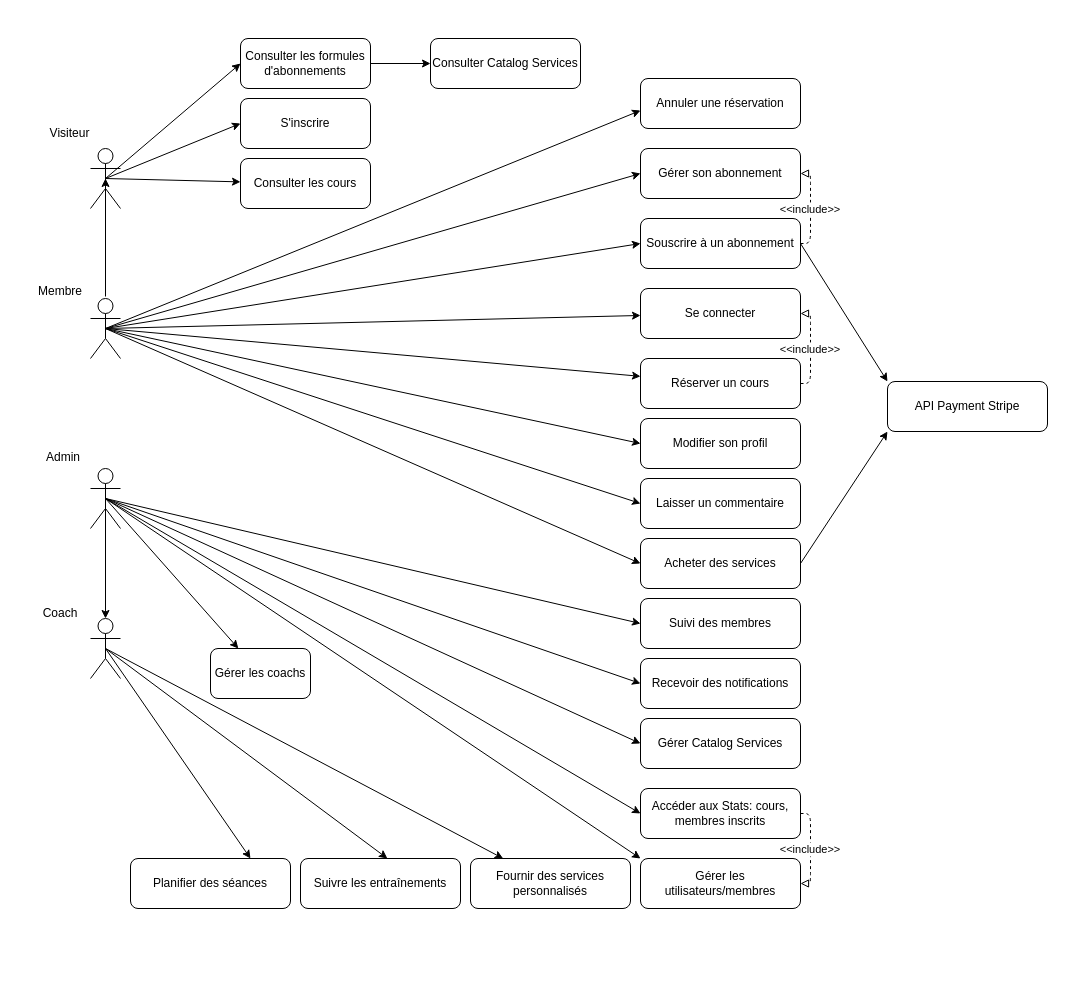
Earlier version of the draw.io diagram Copie de BEFIT_2024_Diagr_Cas_Utilisation_versionAvecInclude .drawio (DipsLoco/TFE_2024). Source tidied: cells renumbered, new cells numbered last; positions are measured from the earlier drawing's top-left corner, leaving out a move shared by most shapes. Both pictures are drawn from the tidied source at 100%, with x=0, y=0 at pixel (30, 38).
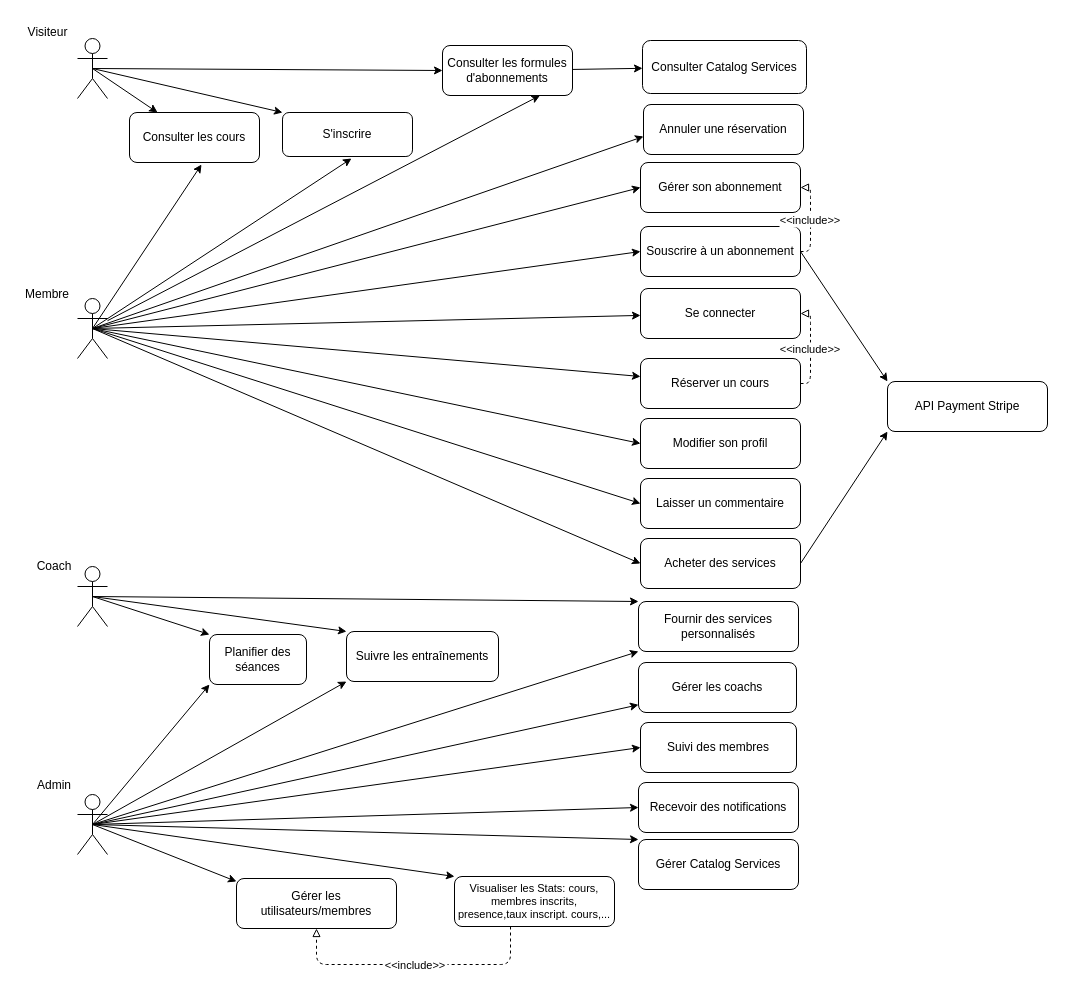
The same page after the edit.

Commit message:
Mettre à jour Copie de BEFIT_2024_Diagr_Cas_Utilisation_versionAvecInclude22082024retravaillé .drawio

The edit, as a diff of the source:
```diff
@@
     <mxCell id="2" value="Consulter les formules d'abonnements" style="rounded=1;whiteSpace=wrap;" parent="1" vertex="1">
-      <mxGeometry x="210" width="130" height="50" as="geometry" />
+      <mxGeometry x="412" y="7" width="130" height="50" as="geometry" />
     </mxCell>
     <mxCell id="3" value="S'inscrire" style="rounded=1;whiteSpace=wrap;" parent="1" vertex="1">
-      <mxGeometry x="210" y="60" width="130" height="50" as="geometry" />
+      <mxGeometry x="252" y="74" width="130" height="44" as="geometry" />
     </mxCell>
     <mxCell id="4" value="Consulter les cours" style="rounded=1;whiteSpace=wrap;" parent="1" vertex="1">
-      <mxGeometry x="210" y="120" width="130" height="50" as="geometry" />
+      <mxGeometry x="99" y="74" width="130" height="50" as="geometry" />
     </mxCell>
     <mxCell id="5" value="Consulter Catalog Services" style="rounded=1;whiteSpace=wrap;" parent="1" vertex="1">
-      <mxGeometry x="400" width="150" height="50" as="geometry" />
+      <mxGeometry x="612" y="2" width="164" height="53" as="geometry" />
     </mxCell>
     <mxCell id="6" value="Souscrire à un abonnement" style="rounded=1;whiteSpace=wrap;" parent="1" vertex="1">
-      <mxGeometry x="610" y="180" width="160" height="50" as="geometry" />
+      <mxGeometry x="610" y="188" width="160" height="50" as="geometry" />
     </mxCell>
@@
     <mxCell id="8" value="Annuler une réservation" style="rounded=1;whiteSpace=wrap;" parent="1" vertex="1">
-      <mxGeometry x="610" y="40" width="160" height="50" as="geometry" />
+      <mxGeometry x="613" y="66" width="160" height="50" as="geometry" />
     </mxCell>
     <mxCell id="9" value="Gérer son abonnement" style="rounded=1;whiteSpace=wrap;" parent="1" vertex="1">
-      <mxGeometry x="610" y="110" width="160" height="50" as="geometry" />
+      <mxGeometry x="610" y="124" width="160" height="50" as="geometry" />
     </mxCell>
@@
     <mxCell id="14" value="Gérer Catalog Services" style="rounded=1;whiteSpace=wrap;" parent="1" vertex="1">
-      <mxGeometry x="610" y="680" width="160" height="50" as="geometry" />
+      <mxGeometry x="608" y="801" width="160" height="50" as="geometry" />
     </mxCell>
-    <mxCell id="15" value="Accéder aux Stats: cours, membres inscrits" style="rounded=1;whiteSpace=wrap;" parent="1" vertex="1">
-      <mxGeometry x="610" y="750" width="160" height="50" as="geometry" />
+    <mxCell id="15" value="&#10;Visualiser les Stats: cours, membres inscrits, presence,taux inscript. cours,...&#10;" style="rounded=1;whiteSpace=wrap;fontSize=11;" parent="1" vertex="1">
+      <mxGeometry x="424" y="838" width="160" height="50" as="geometry" />
     </mxCell>
     <mxCell id="16" value="Recevoir des notifications" style="rounded=1;whiteSpace=wrap;" parent="1" vertex="1">
-      <mxGeometry x="610" y="620" width="160" height="50" as="geometry" />
+      <mxGeometry x="608" y="744" width="160" height="50" as="geometry" />
     </mxCell>
     <mxCell id="17" value="Gérer les utilisateurs/membres" style="rounded=1;whiteSpace=wrap;" parent="1" vertex="1">
-      <mxGeometry x="610" y="820" width="160" height="50" as="geometry" />
+      <mxGeometry x="206" y="840" width="160" height="50" as="geometry" />
     </mxCell>
     <mxCell id="18" value="Suivi des membres" style="rounded=1;whiteSpace=wrap;" parent="1" vertex="1">
-      <mxGeometry x="610" y="560" width="160" height="50" as="geometry" />
+      <mxGeometry x="610" y="684" width="156" height="50" as="geometry" />
     </mxCell>
     <mxCell id="19" value="Gérer les coachs" style="rounded=1;whiteSpace=wrap;" parent="1" vertex="1">
-      <mxGeometry x="180" y="610" width="100" height="50" as="geometry" />
+      <mxGeometry x="608" y="624" width="158" height="50" as="geometry" />
     </mxCell>
     <mxCell id="20" value="Planifier des séances" style="rounded=1;whiteSpace=wrap;" parent="1" vertex="1">
-      <mxGeometry x="100" y="820" width="160" height="50" as="geometry" />
+      <mxGeometry x="179" y="596" width="97" height="50" as="geometry" />
     </mxCell>
     <mxCell id="21" value="Suivre les entraînements" style="rounded=1;whiteSpace=wrap;" parent="1" vertex="1">
-      <mxGeometry x="270" y="820" width="160" height="50" as="geometry" />
+      <mxGeometry x="316" y="593" width="152" height="50" as="geometry" />
     </mxCell>
     <mxCell id="22" value="Fournir des services personnalisés" style="rounded=1;whiteSpace=wrap;" parent="1" vertex="1">
-      <mxGeometry x="440" y="820" width="160" height="50" as="geometry" />
+      <mxGeometry x="608" y="563" width="160" height="50" as="geometry" />
     </mxCell>
@@
-    <mxCell id="24" style="rounded=1;entryX=0;entryY=0.5;entryDx=0;entryDy=0;exitX=0.5;exitY=0.5;exitDx=0;exitDy=0;exitPerimeter=0;" parent="1" edge="1" source="47" target="3">
+    <mxCell id="24" style="rounded=1;entryX=0;entryY=0;entryDx=0;entryDy=0;exitX=0.5;exitY=0.5;exitDx=0;exitDy=0;exitPerimeter=0;" parent="1" edge="1" source="47" target="3">
       <mxGeometry relative="1" as="geometry" />
     </mxCell>
@@
-    <mxCell id="35" style="rounded=1;entryX=0;entryY=0.5;entryDx=0;entryDy=0;exitX=0.5;exitY=0.5;exitDx=0;exitDy=0;exitPerimeter=0;" parent="1" edge="1" source="50" target="14">
+    <mxCell id="35" style="rounded=1;exitX=0.5;exitY=0.5;exitDx=0;exitDy=0;exitPerimeter=0;entryX=0;entryY=0;entryDx=0;entryDy=0;" parent="1" edge="1" source="50" target="14">
       <mxGeometry relative="1" as="geometry" />
     </mxCell>
-    <mxCell id="36" style="rounded=1;entryX=0;entryY=0.5;entryDx=0;entryDy=0;exitX=0.5;exitY=0.5;exitDx=0;exitDy=0;exitPerimeter=0;" parent="1" edge="1" source="50" target="15">
+    <mxCell id="36" style="rounded=1;exitX=0.5;exitY=0.5;exitDx=0;exitDy=0;exitPerimeter=0;entryX=0;entryY=0;entryDx=0;entryDy=0;" parent="1" edge="1" source="50" target="15">
       <mxGeometry relative="1" as="geometry" />
     </mxCell>
-    <mxCell id="37" style="rounded=1;entryX=0;entryY=0;entryDx=0;entryDy=0;exitX=0.5;exitY=0.5;exitDx=0;exitDy=0;exitPerimeter=0;" parent="1" edge="1" source="50" target="17">
+    <mxCell id="37" style="rounded=1;exitX=0.5;exitY=0.5;exitDx=0;exitDy=0;exitPerimeter=0;entryX=0;entryY=0.06;entryDx=0;entryDy=0;entryPerimeter=0;" parent="1" edge="1" source="50" target="17">
       <mxGeometry relative="1" as="geometry" />
     </mxCell>
@@
-    <mxCell id="40" style="rounded=1;entryX=0;entryY=0.5;entryDx=0;entryDy=0;exitX=0.5;exitY=0.5;exitDx=0;exitDy=0;exitPerimeter=0;" parent="1" edge="1" source="50">
-      <mxGeometry relative="1" as="geometry">
-        <mxPoint x="610" y="645" as="targetPoint" />
-      </mxGeometry>
+    <mxCell id="40" style="rounded=1;exitX=0.5;exitY=0.5;exitDx=0;exitDy=0;exitPerimeter=0;entryX=0;entryY=0.5;entryDx=0;entryDy=0;" parent="1" edge="1" source="50" target="16">
+      <mxGeometry relative="1" as="geometry" />
     </mxCell>
-    <mxCell id="41" style="rounded=1;exitX=0.5;exitY=0.5;exitDx=0;exitDy=0;exitPerimeter=0;entryX=0.75;entryY=0;entryDx=0;entryDy=0;" parent="1" edge="1" source="53" target="20">
+    <mxCell id="41" style="rounded=1;exitX=0.5;exitY=0.5;exitDx=0;exitDy=0;exitPerimeter=0;entryX=0;entryY=0;entryDx=0;entryDy=0;" parent="1" edge="1" source="53" target="20">
       <mxGeometry relative="1" as="geometry" />
     </mxCell>
-    <mxCell id="42" style="rounded=1;exitX=0.5;exitY=0.5;exitDx=0;exitDy=0;exitPerimeter=0;entryX=0.543;entryY=-0.001;entryDx=0;entryDy=0;entryPerimeter=0;" parent="1" edge="1" source="53" target="21">
+    <mxCell id="42" style="rounded=1;exitX=0.5;exitY=0.5;exitDx=0;exitDy=0;exitPerimeter=0;entryX=0;entryY=0;entryDx=0;entryDy=0;" parent="1" edge="1" source="53" target="21">
       <mxGeometry relative="1" as="geometry" />
     </mxCell>
-    <mxCell id="43" style="rounded=1;exitX=0.5;exitY=0.5;exitDx=0;exitDy=0;exitPerimeter=0;" parent="1" edge="1" source="53" target="22">
+    <mxCell id="43" style="rounded=1;exitX=0.5;exitY=0.5;exitDx=0;exitDy=0;exitPerimeter=0;entryX=0;entryY=0;entryDx=0;entryDy=0;" parent="1" edge="1" source="53" target="22">
       <mxGeometry relative="1" as="geometry" />
     </mxCell>
@@
-    <mxCell id="46" value="&lt;&lt;include&gt;&gt;" style="edgeStyle=orthogonalEdgeStyle;endArrow=block;endFill=0;dashed=1;exitX=1;exitY=0.5;exitDx=0;exitDy=0;entryX=1;entryY=0.5;entryDx=0;entryDy=0;" parent="1" edge="1" source="15" target="17">
-      <mxGeometry relative="1" as="geometry" />
+    <mxCell id="46" value="&lt;&lt;include&gt;&gt;" style="edgeStyle=orthogonalEdgeStyle;endArrow=block;endFill=0;dashed=1;entryX=0.5;entryY=1;entryDx=0;entryDy=0;" parent="1" edge="1" source="15" target="17">
+      <mxGeometry x="-0.01" relative="1" as="geometry">
+        <Array as="points">
+          <mxPoint x="480" y="926" />
+          <mxPoint x="286" y="926" />
+        </Array>
+      </mxGeometry>
     </mxCell>
     <mxCell id="47" style="shape=umlActor;verticalLabelPosition=bottom;verticalAlign=top;html=1;outlineConnect=0;" parent="1" vertex="1">
-      <mxGeometry x="60" y="110" width="30" height="60" as="geometry" />
+      <mxGeometry x="47" width="30" height="60" as="geometry" />
     </mxCell>
     <mxCell id="48" value="Visiteur" style="text;html=1;align=center;verticalAlign=middle;strokeColor=none;fillColor=none;" parent="1" vertex="1">
-      <mxGeometry x="9" y="80" width="60" height="30" as="geometry" />
+      <mxGeometry x="-13" y="-21" width="60" height="30" as="geometry" />
     </mxCell>
     <mxCell id="49" style="shape=umlActor;verticalLabelPosition=bottom;verticalAlign=top;html=1;outlineConnect=0;" parent="1" vertex="1">
-      <mxGeometry x="60" y="260" width="30" height="60" as="geometry" />
+      <mxGeometry x="47" y="260" width="30" height="60" as="geometry" />
     </mxCell>
     <mxCell id="50" style="shape=umlActor;verticalLabelPosition=bottom;verticalAlign=top;html=1;outlineConnect=0;" parent="1" vertex="1">
-      <mxGeometry x="60" y="430" width="30" height="60" as="geometry" />
+      <mxGeometry x="47" y="756" width="30" height="60" as="geometry" />
     </mxCell>
     <mxCell id="51" value="Admin" style="text;html=1;align=center;verticalAlign=middle;whiteSpace=wrap;rounded=0;" parent="1" vertex="1">
-      <mxGeometry x="3" y="404" width="60" height="30" as="geometry" />
+      <mxGeometry x="-6" y="732" width="60" height="30" as="geometry" />
     </mxCell>
     <mxCell id="52" value="Membre" style="text;html=1;align=center;verticalAlign=middle;whiteSpace=wrap;rounded=0;" parent="1" vertex="1">
-      <mxGeometry y="238" width="60" height="30" as="geometry" />
+      <mxGeometry x="-13" y="241" width="60" height="30" as="geometry" />
     </mxCell>
     <mxCell id="53" style="shape=umlActor;verticalLabelPosition=bottom;verticalAlign=top;html=1;outlineConnect=0;" parent="1" vertex="1">
-      <mxGeometry x="60" y="580" width="30" height="60" as="geometry" />
+      <mxGeometry x="47" y="528" width="30" height="60" as="geometry" />
     </mxCell>
     <mxCell id="54" value="Coach" style="text;html=1;align=center;verticalAlign=middle;whiteSpace=wrap;rounded=0;" parent="1" vertex="1">
-      <mxGeometry y="560" width="60" height="30" as="geometry" />
+      <mxGeometry x="-6" y="513" width="60" height="30" as="geometry" />
     </mxCell>
-    <mxCell id="55" style="endArrow=classic;html=1;rounded=0;entryX=0.5;entryY=0;entryDx=0;entryDy=0;entryPerimeter=0;exitX=0.5;exitY=0.5;exitDx=0;exitDy=0;exitPerimeter=0;" parent="1" edge="1" source="50" target="53">
-      <mxGeometry relative="1" as="geometry" />
-    </mxCell>
-    <mxCell id="56" style="endArrow=classic;html=1;rounded=0;entryX=0.5;entryY=0.5;entryDx=0;entryDy=0;entryPerimeter=0;" parent="1" edge="1" target="47">
-      <mxGeometry relative="1" as="geometry">
-        <mxPoint x="75" y="258" as="sourcePoint" />
-      </mxGeometry>
-    </mxCell>
@@
+    <mxCell id="60" style="endArrow=classic;html=1;rounded=0;exitX=0.5;exitY=0.5;exitDx=0;exitDy=0;exitPerimeter=0;entryX=0;entryY=1;entryDx=0;entryDy=0;" parent="1" edge="1" source="50" target="20">
+      <mxGeometry relative="1" as="geometry" />
+    </mxCell>
+    <mxCell id="61" style="endArrow=classic;html=1;rounded=0;exitX=0.5;exitY=0.5;exitDx=0;exitDy=0;exitPerimeter=0;entryX=0;entryY=1;entryDx=0;entryDy=0;" parent="1" edge="1" source="50" target="21">
+      <mxGeometry relative="1" as="geometry" />
+    </mxCell>
+    <mxCell id="62" style="endArrow=classic;html=1;rounded=0;exitX=0.5;exitY=0.5;exitDx=0;exitDy=0;exitPerimeter=0;entryX=0;entryY=1;entryDx=0;entryDy=0;" parent="1" edge="1" source="50" target="22">
+      <mxGeometry relative="1" as="geometry" />
+    </mxCell>
+    <mxCell id="63" style="endArrow=classic;html=1;rounded=0;entryX=0.75;entryY=1;entryDx=0;entryDy=0;" parent="1" edge="1" source="49" target="2">
+      <mxGeometry relative="1" as="geometry" />
+    </mxCell>
+    <mxCell id="64" style="endArrow=classic;html=1;rounded=0;exitX=0.5;exitY=0.5;exitDx=0;exitDy=0;exitPerimeter=0;" parent="1" edge="1" source="49">
+      <mxGeometry relative="1" as="geometry">
+        <mxPoint x="321" y="120" as="targetPoint" />
+      </mxGeometry>
+    </mxCell>
+    <mxCell id="65" style="endArrow=classic;html=1;rounded=0;exitX=0.5;exitY=0.5;exitDx=0;exitDy=0;exitPerimeter=0;entryX=0.554;entryY=1.04;entryDx=0;entryDy=0;entryPerimeter=0;" parent="1" edge="1" source="49" target="4">
+      <mxGeometry relative="1" as="geometry" />
+    </mxCell>
```
